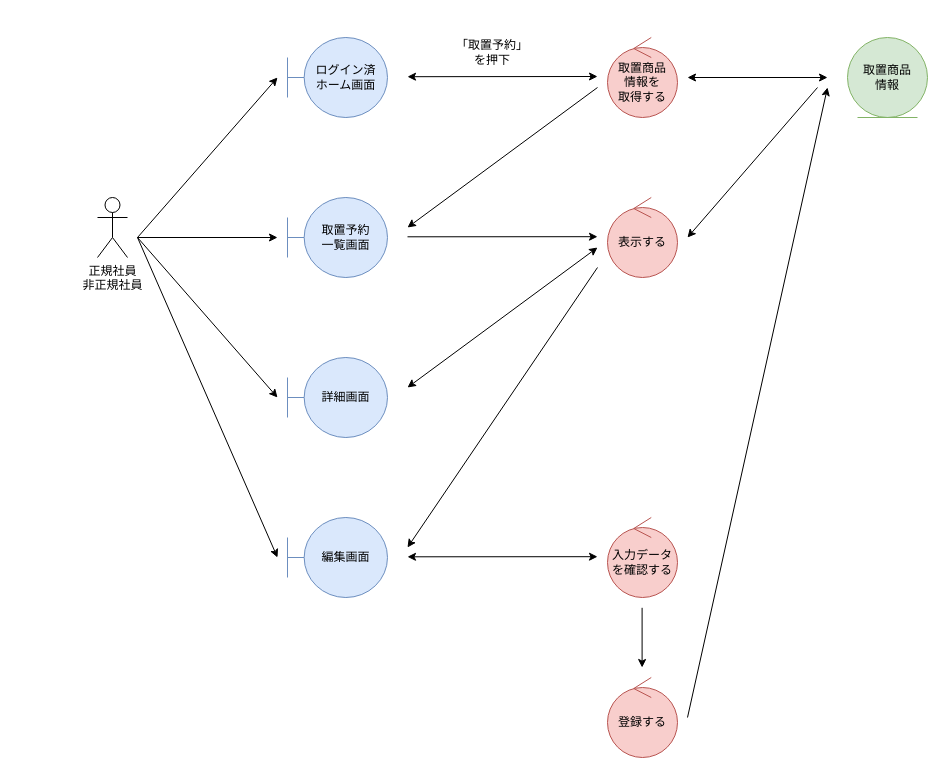
HaruShim/Sotuken keeps this draw.io diagram as page "*取置予約管理_編集" (3 of 4) of 各種設計書/3ロバストネス図/商品情報管理/3.取置予約管理.drawio. Above is the earlier version. Source tidied: cells renumbered, new cells numbered last; positions are measured from the earlier drawing's top-left corner, leaving out a move shared by most shapes. Both pictures are drawn from the tidied source at 100%, with x=0, y=0 at pixel (97, 37).
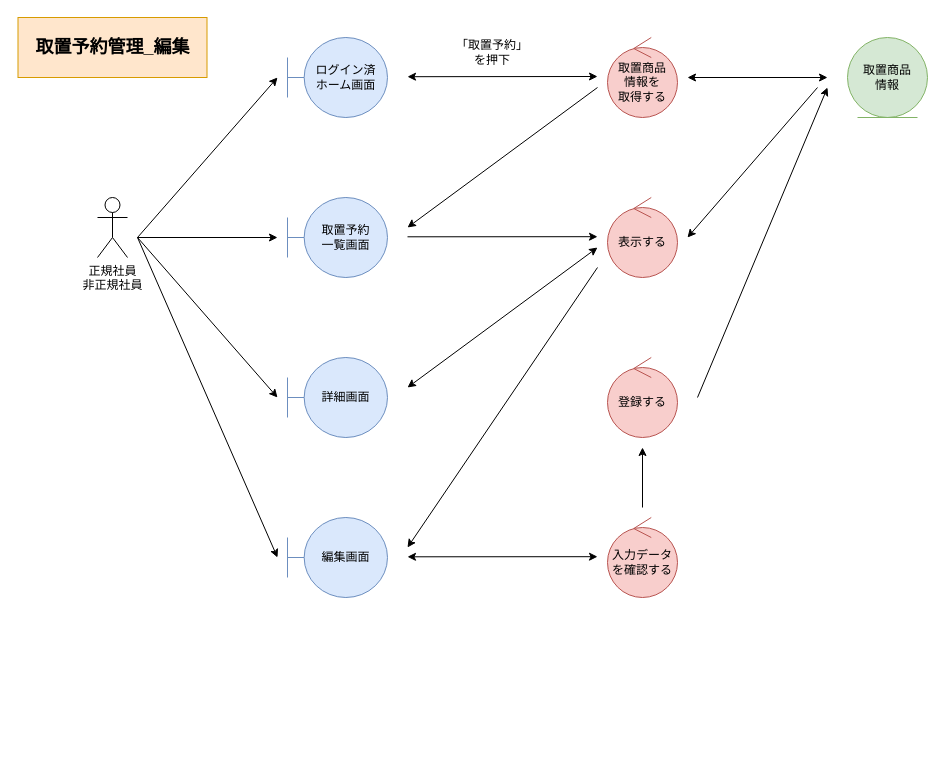
After the change.

What changed in the source:
```diff
@@
     <mxCell id="20" value="登録する" style="ellipse;shape=umlControl;whiteSpace=wrap;html=1;fillColor=#f8cecc;strokeColor=#b85450;" parent="1" vertex="1">
-      <mxGeometry x="510" y="640" width="70" height="80" as="geometry" />
+      <mxGeometry x="510" y="320" width="70" height="80" as="geometry" />
     </mxCell>
@@
     <mxCell id="22" style="endArrow=classic;html=1;rounded=0;" parent="1" edge="1">
       <mxGeometry relative="1" as="geometry">
-        <mxPoint x="544.6" y="570.3" as="sourcePoint" />
-        <mxPoint x="544.6" y="630" as="targetPoint" />
+        <mxPoint x="545" y="470" as="sourcePoint" />
+        <mxPoint x="545" y="410" as="targetPoint" />
       </mxGeometry>
     </mxCell>
@@
     <mxCell id="24" style="endArrow=classic;html=1;rounded=0;startArrow=none;startFill=0;endFill=1;" parent="1" edge="1">
       <mxGeometry relative="1" as="geometry">
-        <mxPoint x="590" y="680" as="sourcePoint" />
+        <mxPoint x="600" y="360" as="sourcePoint" />
         <mxPoint x="730" y="50" as="targetPoint" />
       </mxGeometry>
     </mxCell>
@@
+    <mxCell id="27" value="取置予約管理_編集" style="rounded=0;whiteSpace=wrap;html=1;fillColor=#ffe6cc;strokeColor=#d79b00;fontStyle=1;fontSize=18;" parent="1" vertex="1">
+      <mxGeometry x="-79.5" y="-20" width="189" height="60" as="geometry" />
+    </mxCell>
```
